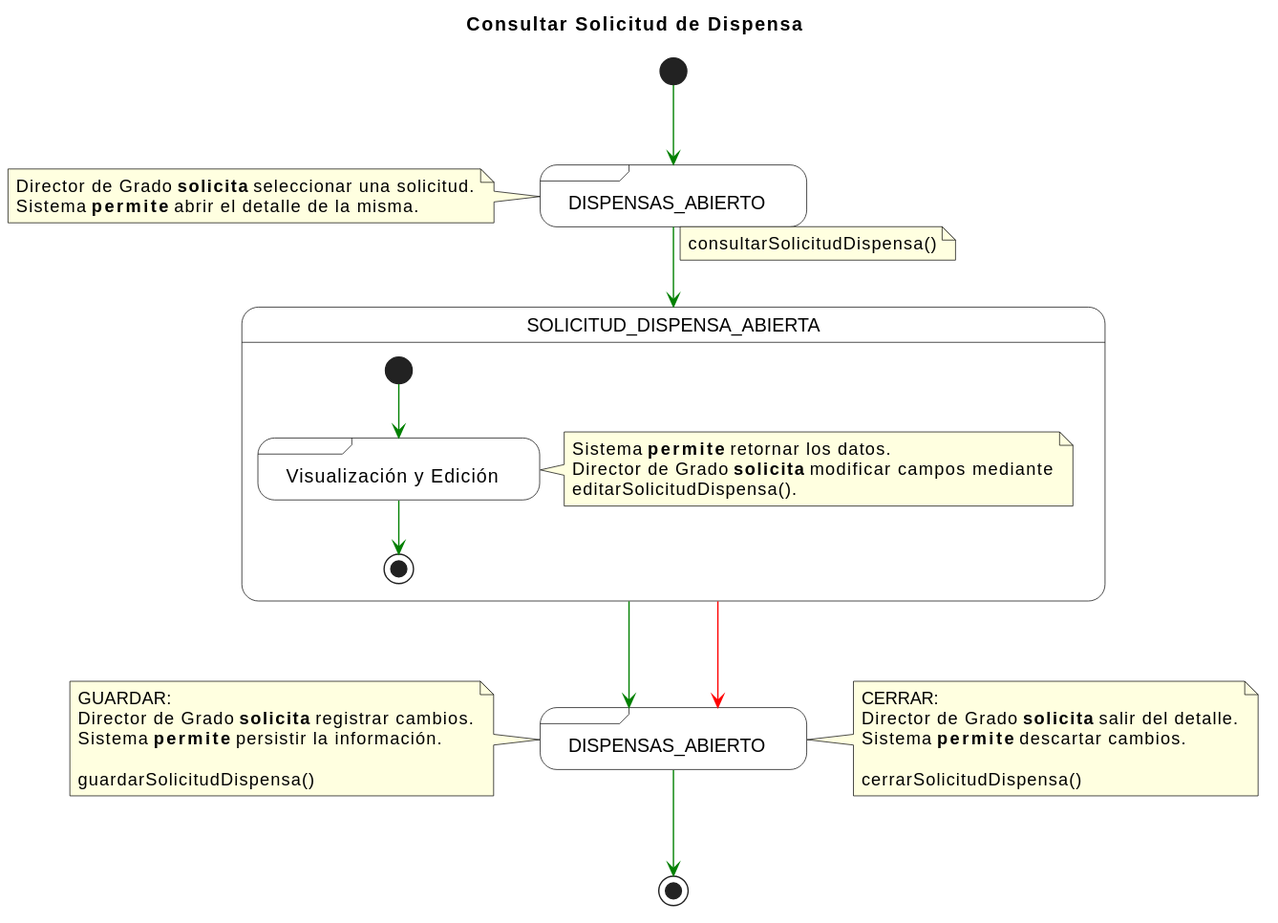
enmabry/25-26-IdSw1-SdR keeps this PlantUML diagram as documents/CasosDeUso/DetalladoCasosDeUso/DirectorDeGrado/consultarSolicitudDispensa.svg. Above is the earlier version.
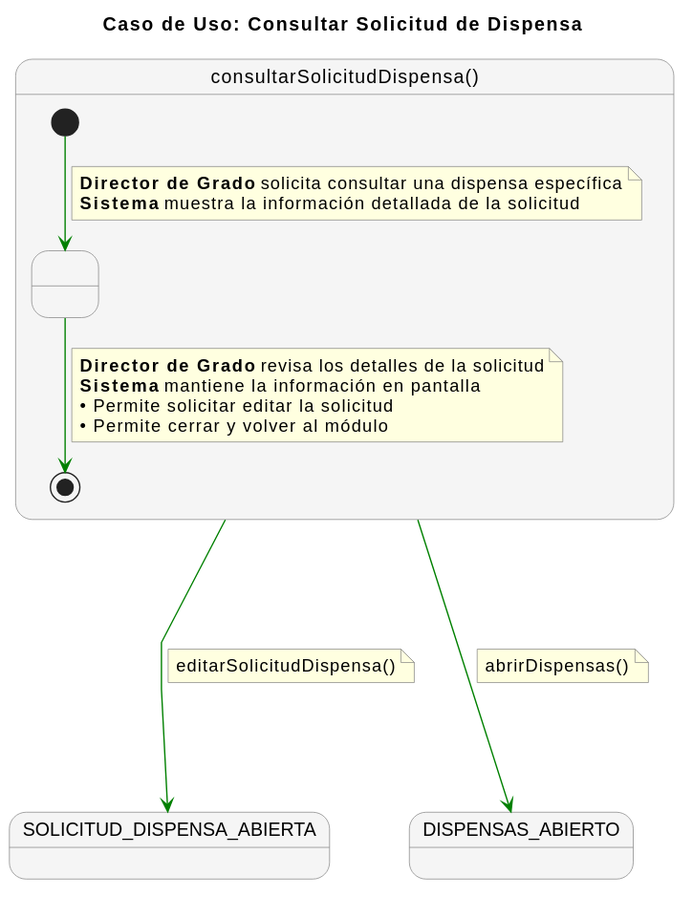
The same diagram one commit later.

Commit message:
mejora detallado director de grado

Diff of the diagram source:
```diff
@@ -1,60 +1,43 @@
 @startuml
-title Consultar Solicitud de Dispensa
+title Caso de Uso: Consultar Solicitud de Dispensa
 
-skinparam {
-    StateBackgroundColor white
-    StateBorderColor black
-    NoteBackgroundColor lightyellow
-    NoteBorderColor black
-    ArrowColor green
-    linetype ortho
+skinparam nodesep 60
+skinparam ranksep 60
+skinparam linetype polyline
+skinparam NoteBackgroundColor lightyellow
+skinparam NoteBorderColor gray
+skinparam StateBackgroundColor #F5F5F5
+skinparam StateBorderColor gray
+
+state "consultarSolicitudDispensa()" as consultarSolicitud {
+
+    state " " as Paso1
+
+    [*] -[#green]-> Paso1
+    note on link
+      <b>Director de Grado</b> solicita consultar una dispensa específica
+      <b>Sistema</b> muestra la información detallada de la solicitud
+    end note
+
+    Paso1 -[#green]-> [*]
+    note on link
+      <b>Director de Grado</b> revisa los detalles de la solicitud
+      <b>Sistema</b> mantiene la información en pantalla
+      • Permite solicitar editar la solicitud
+      • Permite cerrar y volver al módulo
+    end note
 }
 
-state "DISPENSAS_ABIERTO" as startState <<sdlreceive>>
-state "DISPENSAS_ABIERTO" as endState <<sdlreceive>>
+state "SOLICITUD_DISPENSA_ABIERTA" as SOLICITUD_DISPENSA_ABIERTA
+state "DISPENSAS_ABIERTO" as DISPENSAS_ABIERTO
 
-[*] -[#green]-> startState
-
-note left of startState
-    Director de Grado <b>solicita</b> seleccionar una solicitud.
-    Sistema <b>permite</b> abrir el detalle de la misma.
+consultarSolicitud -[#green]---> SOLICITUD_DISPENSA_ABIERTA
+note right on link
+  editarSolicitudDispensa()
 end note
 
-startState -[#green]-> SOLICITUD_DISPENSA_ABIERTA
-note on link
-    consultarSolicitudDispensa()
+consultarSolicitud -[#green]---> DISPENSAS_ABIERTO
+note right on link
+  abrirDispensas()
 end note
-
-state SOLICITUD_DISPENSA_ABIERTA {
-    [*] -[#green]-> VisualizacionYEdicion
-
-    state "Visualización y Edición" as VisualizacionYEdicion <<sdlreceive>>
-    note right of VisualizacionYEdicion
-        Sistema <b>permite</b> retornar los datos.
-        Director de Grado <b>solicita</b> modificar campos mediante
-        editarSolicitudDispensa().
-    end note
-
-    VisualizacionYEdicion -[#green]-> [*]
-}
-
-SOLICITUD_DISPENSA_ABIERTA -[#green]down-> endState
-note left of endState
-    GUARDAR:
-    Director de Grado <b>solicita</b> registrar cambios.
-    Sistema <b>permite</b> persistir la información.
-
-    guardarSolicitudDispensa()
-end note
-
-SOLICITUD_DISPENSA_ABIERTA -[#red]down-> endState
-note right of endState
-    CERRAR:
-    Director de Grado <b>solicita</b> salir del detalle.
-    Sistema <b>permite</b> descartar cambios.
-
-    cerrarSolicitudDispensa()
-end note
-
-endState -[#green]-> [*]
 @enduml
```
